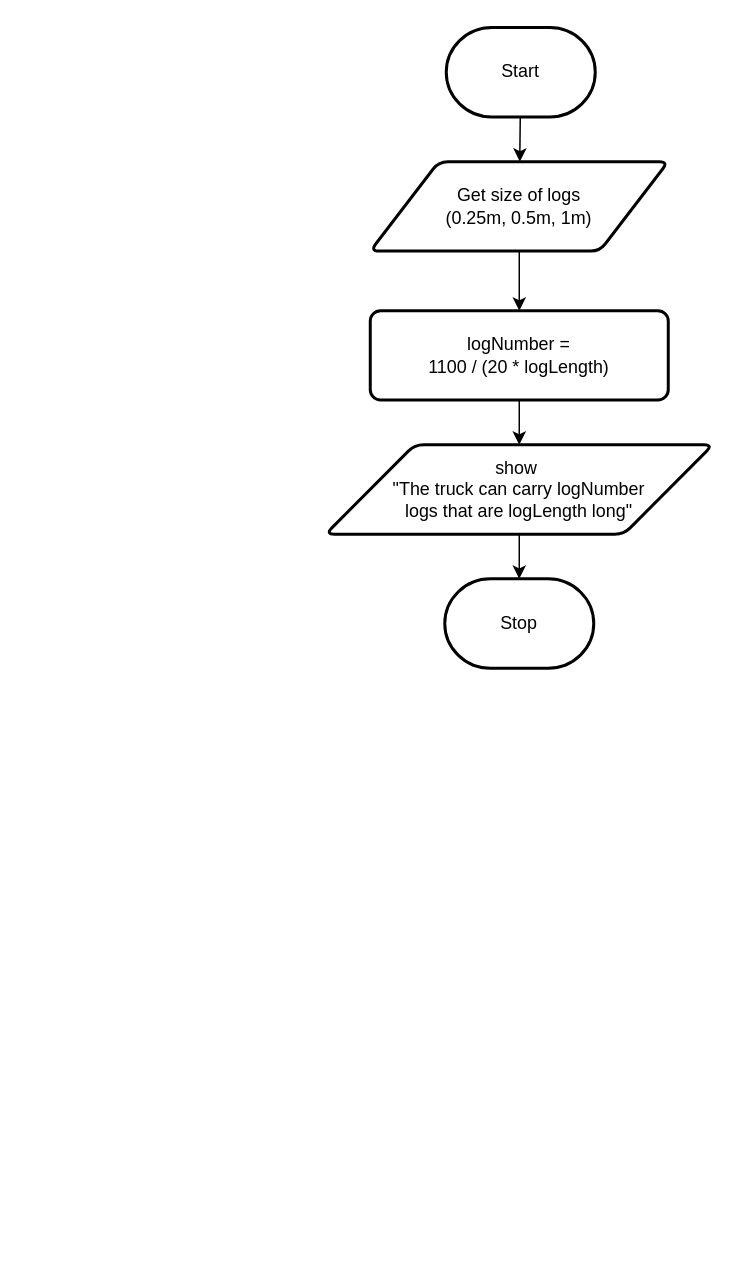
Above: Design/flowchart.drawio in ian-beddie/ICS4U-Unit1-02-ts (draw.io), before the change. Source tidied: cells renumbered, new cells numbered last; positions are measured from the earlier drawing's top-left corner, leaving out a move shared by most shapes. Both pictures are drawn from the tidied source at 149%, with x=0, y=0 at pixel (325, 27).
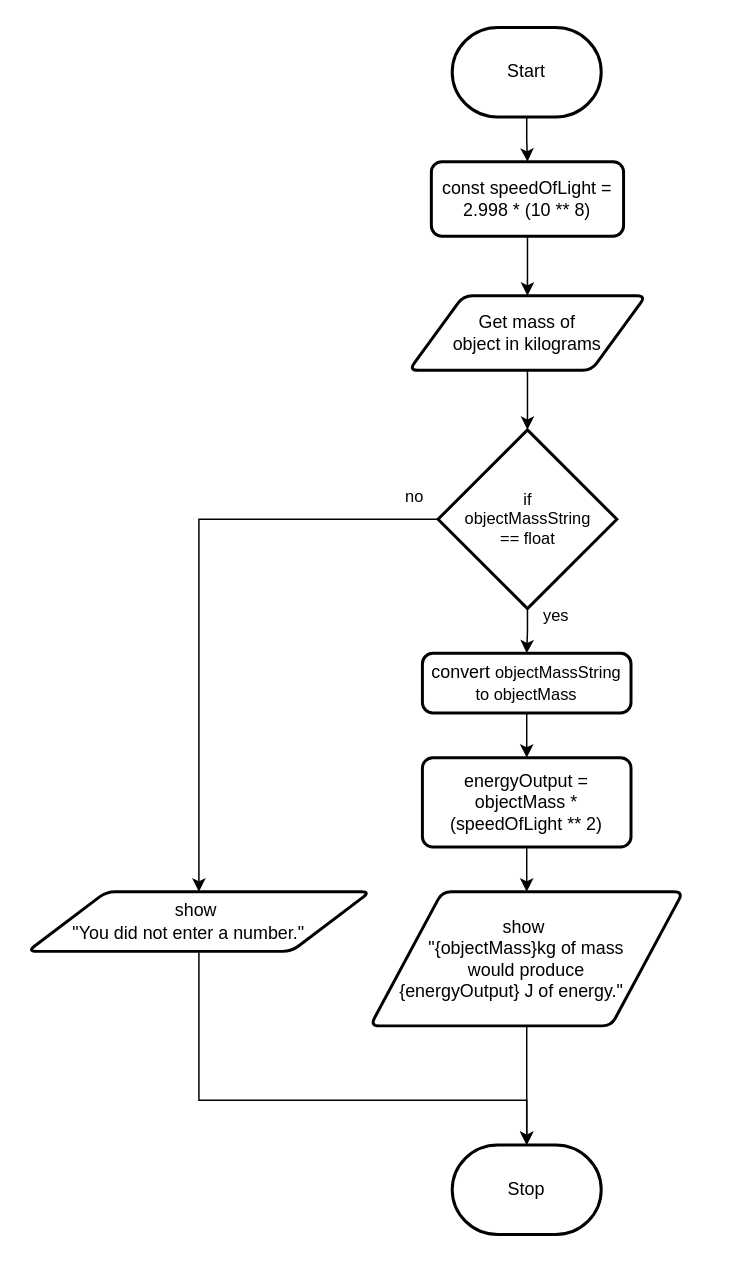
The same diagram, later.

The edit, as a diff of the source:
```diff
@@
-    <mxCell id="2" style="edgeStyle=none;html=1;" parent="1" edge="1" source="3" target="6">
-      <mxGeometry relative="1" as="geometry" />
-    </mxCell>
+    <mxCell id="11" style="edgeStyle=orthogonalEdgeStyle;shape=connector;rounded=0;html=1;labelBackgroundColor=default;strokeColor=default;fontFamily=Helvetica;fontSize=11;fontColor=default;endArrow=classic;" parent="1" edge="1" source="3" target="9">
+      <mxGeometry relative="1" as="geometry" />
+    </mxCell>
     <mxCell id="3" value="Start" style="strokeWidth=2;html=1;shape=mxgraph.flowchart.terminator;whiteSpace=wrap;" parent="1" vertex="1">
-      <mxGeometry x="81" width="100" height="60" as="geometry" />
+      <mxGeometry x="85" width="100" height="60" as="geometry" />
     </mxCell>
     <mxCell id="4" value="Stop" style="strokeWidth=2;html=1;shape=mxgraph.flowchart.terminator;whiteSpace=wrap;" parent="1" vertex="1">
-      <mxGeometry x="80" y="370" width="100" height="60" as="geometry" />
+      <mxGeometry x="85" y="750" width="100" height="60" as="geometry" />
     </mxCell>
-    <mxCell id="5" style="edgeStyle=none;html=1;" parent="1" edge="1" source="6" target="8">
-      <mxGeometry relative="1" as="geometry" />
-    </mxCell>
+    <mxCell id="12" style="edgeStyle=orthogonalEdgeStyle;shape=connector;rounded=0;html=1;labelBackgroundColor=default;strokeColor=default;fontFamily=Helvetica;fontSize=11;fontColor=default;endArrow=classic;" parent="1" edge="1" source="6" target="17">
+      <mxGeometry relative="1" as="geometry" />
+    </mxCell>
-    <mxCell id="6" value="Get size of logs&lt;br&gt;(0.25m, 0.5m, 1m)" style="shape=parallelogram;html=1;strokeWidth=2;perimeter=parallelogramPerimeter;whiteSpace=wrap;rounded=1;arcSize=12;size=0.23;" parent="1" vertex="1">
-      <mxGeometry x="30" y="90" width="200" height="60" as="geometry" />
+    <mxCell id="6" value="Get mass of &lt;br&gt;object in kilograms" style="shape=parallelogram;html=1;strokeWidth=2;perimeter=parallelogramPerimeter;whiteSpace=wrap;rounded=1;arcSize=12;size=0.23;" parent="1" vertex="1">
+      <mxGeometry x="56" y="180" width="159" height="50" as="geometry" />
     </mxCell>
-    <mxCell id="7" style="edgeStyle=none;html=1;exitX=0.5;exitY=1;exitDx=0;exitDy=0;" parent="1" edge="1" source="8" target="10">
-      <mxGeometry relative="1" as="geometry" />
-    </mxCell>
-    <mxCell id="8" value="logNumber = &lt;br&gt;1100 / (20 * logLength)" style="rounded=1;whiteSpace=wrap;html=1;absoluteArcSize=1;arcSize=14;strokeWidth=2;" parent="1" vertex="1">
-      <mxGeometry x="30" y="190" width="200" height="60" as="geometry" />
-    </mxCell>
+    <mxCell id="13" style="edgeStyle=orthogonalEdgeStyle;shape=connector;rounded=0;html=1;labelBackgroundColor=default;strokeColor=default;fontFamily=Helvetica;fontSize=11;fontColor=default;endArrow=classic;" parent="1" edge="1" source="10" target="4">
+      <mxGeometry relative="1" as="geometry" />
+    </mxCell>
+    <mxCell id="10" value="show&amp;nbsp;&lt;br&gt;&quot;{objectMass}kg of mass &lt;br&gt;would&amp;nbsp;produce &lt;br&gt;{energyOutput} J of energy.&quot;&amp;nbsp; &amp;nbsp; &amp;nbsp;&amp;nbsp;" style="shape=parallelogram;html=1;strokeWidth=2;perimeter=parallelogramPerimeter;whiteSpace=wrap;rounded=1;arcSize=12;size=0.23;" parent="1" vertex="1">
+      <mxGeometry x="30" y="580" width="210" height="90" as="geometry" />
+    </mxCell>
+    <mxCell id="14" style="edgeStyle=orthogonalEdgeStyle;shape=connector;rounded=0;html=1;labelBackgroundColor=default;strokeColor=default;fontFamily=Helvetica;fontSize=11;fontColor=default;endArrow=classic;" parent="1" edge="1" source="9" target="6">
+      <mxGeometry relative="1" as="geometry" />
+    </mxCell>
-    <mxCell id="9" style="edgeStyle=none;html=1;exitX=0.5;exitY=1;exitDx=0;exitDy=0;entryX=0.5;entryY=0;entryDx=0;entryDy=0;entryPerimeter=0;" parent="1" edge="1" source="10" target="4">
-      <mxGeometry relative="1" as="geometry" />
+    <mxCell id="9" value="const speedOfLight = &lt;br&gt;2.998 * (10 ** 8)" style="rounded=1;whiteSpace=wrap;html=1;absoluteArcSize=1;arcSize=14;strokeWidth=2;" parent="1" vertex="1">
+      <mxGeometry x="71" y="90" width="129" height="50" as="geometry" />
     </mxCell>
-    <mxCell id="10" value="show&amp;nbsp;&lt;br&gt;&quot;The truck can carry logNumber &lt;br&gt;logs that are logLength long&quot;" style="shape=parallelogram;html=1;strokeWidth=2;perimeter=parallelogramPerimeter;whiteSpace=wrap;rounded=1;arcSize=12;size=0.23;" parent="1" vertex="1">
-      <mxGeometry y="280" width="260" height="60" as="geometry" />
-    </mxCell>
+    <mxCell id="15" style="edgeStyle=orthogonalEdgeStyle;shape=connector;rounded=0;html=1;labelBackgroundColor=default;strokeColor=default;fontFamily=Helvetica;fontSize=11;fontColor=default;endArrow=classic;" parent="1" edge="1" source="17" target="22">
+      <mxGeometry relative="1" as="geometry" />
+    </mxCell>
+    <mxCell id="16" style="edgeStyle=orthogonalEdgeStyle;shape=connector;rounded=0;html=1;labelBackgroundColor=default;strokeColor=default;fontFamily=Helvetica;fontSize=11;fontColor=default;endArrow=classic;" parent="1" edge="1" source="17" target="19">
+      <mxGeometry relative="1" as="geometry" />
+    </mxCell>
+    <mxCell id="17" value="if&lt;br&gt;objectMassString &lt;br&gt;== float" style="strokeWidth=2;html=1;shape=mxgraph.flowchart.decision;whiteSpace=wrap;fontFamily=Helvetica;fontSize=11;fontColor=default;" parent="1" vertex="1">
+      <mxGeometry x="75.5" y="270" width="120" height="120" as="geometry" />
+    </mxCell>
+    <mxCell id="18" style="edgeStyle=orthogonalEdgeStyle;shape=connector;rounded=0;html=1;labelBackgroundColor=default;strokeColor=default;fontFamily=Helvetica;fontSize=11;fontColor=default;endArrow=classic;" parent="1" edge="1" source="19" target="4">
+      <mxGeometry relative="1" as="geometry">
+        <Array as="points">
+          <mxPoint x="-85" y="720" />
+          <mxPoint x="135" y="720" />
+        </Array>
+      </mxGeometry>
+    </mxCell>
+    <mxCell id="19" value="show&amp;nbsp;&lt;br&gt;&quot;You did not enter a number.&quot;&amp;nbsp; &amp;nbsp;&amp;nbsp;" style="shape=parallelogram;html=1;strokeWidth=2;perimeter=parallelogramPerimeter;whiteSpace=wrap;rounded=1;arcSize=12;size=0.23;" parent="1" vertex="1">
+      <mxGeometry x="-200" y="580" width="230" height="40" as="geometry" />
+    </mxCell>
+    <mxCell id="20" value="no" style="text;html=1;strokeColor=none;fillColor=none;align=center;verticalAlign=middle;whiteSpace=wrap;rounded=0;fontFamily=Helvetica;fontSize=11;fontColor=default;" parent="1" vertex="1">
+      <mxGeometry x="30" y="300" width="60" height="30" as="geometry" />
+    </mxCell>
+    <mxCell id="21" style="edgeStyle=orthogonalEdgeStyle;shape=connector;rounded=0;html=1;labelBackgroundColor=default;strokeColor=default;fontFamily=Helvetica;fontSize=11;fontColor=default;endArrow=classic;" parent="1" edge="1" source="22" target="24">
+      <mxGeometry relative="1" as="geometry" />
+    </mxCell>
+    <mxCell id="22" value="convert&amp;nbsp;&lt;span style=&quot;font-size: 11px;&quot;&gt;objectMassString &lt;br&gt;to&amp;nbsp;&lt;/span&gt;&lt;span style=&quot;font-size: 11px;&quot;&gt;objectMass&lt;/span&gt;" style="rounded=1;whiteSpace=wrap;html=1;absoluteArcSize=1;arcSize=14;strokeWidth=2;" parent="1" vertex="1">
+      <mxGeometry x="65" y="420" width="140" height="40" as="geometry" />
+    </mxCell>
+    <mxCell id="23" style="edgeStyle=orthogonalEdgeStyle;shape=connector;rounded=0;html=1;labelBackgroundColor=default;strokeColor=default;fontFamily=Helvetica;fontSize=11;fontColor=default;endArrow=classic;" parent="1" edge="1" source="24" target="10">
+      <mxGeometry relative="1" as="geometry" />
+    </mxCell>
+    <mxCell id="24" value="energyOutput = objectMass * (speedOfLight ** 2)" style="rounded=1;whiteSpace=wrap;html=1;absoluteArcSize=1;arcSize=14;strokeWidth=2;" parent="1" vertex="1">
+      <mxGeometry x="65" y="490" width="140" height="60" as="geometry" />
+    </mxCell>
+    <mxCell id="25" value="yes" style="text;html=1;strokeColor=none;fillColor=none;align=center;verticalAlign=middle;whiteSpace=wrap;rounded=0;fontFamily=Helvetica;fontSize=11;fontColor=default;" parent="1" vertex="1">
+      <mxGeometry x="125" y="380" width="60" height="30" as="geometry" />
+    </mxCell>
```
